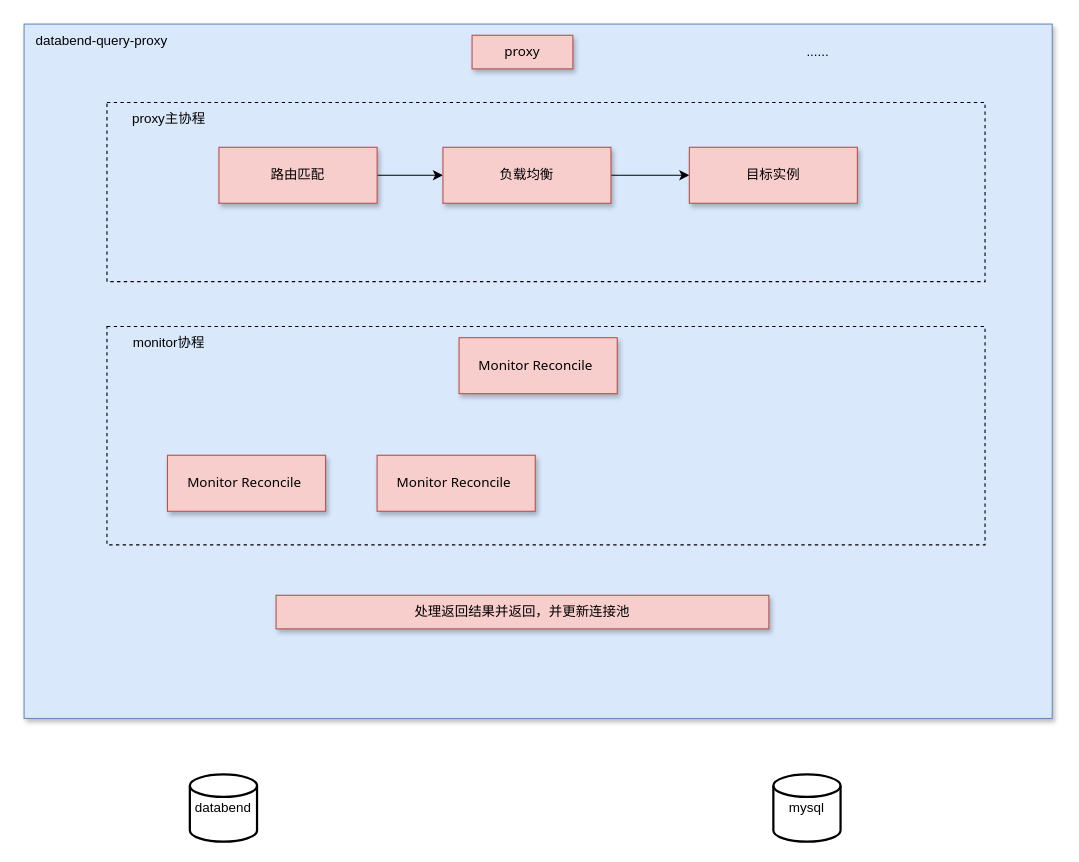
Above: doc/databend-mysql-proxy动态路由.drawio in jackjoesh/databend (draw.io), before the change. Source tidied: cells renumbered, new cells numbered last; positions are measured from the earlier drawing's top-left corner, leaving out a move shared by most shapes. Both pictures are drawn from the tidied source at 112%, with x=0, y=0 at pixel (21, 24).
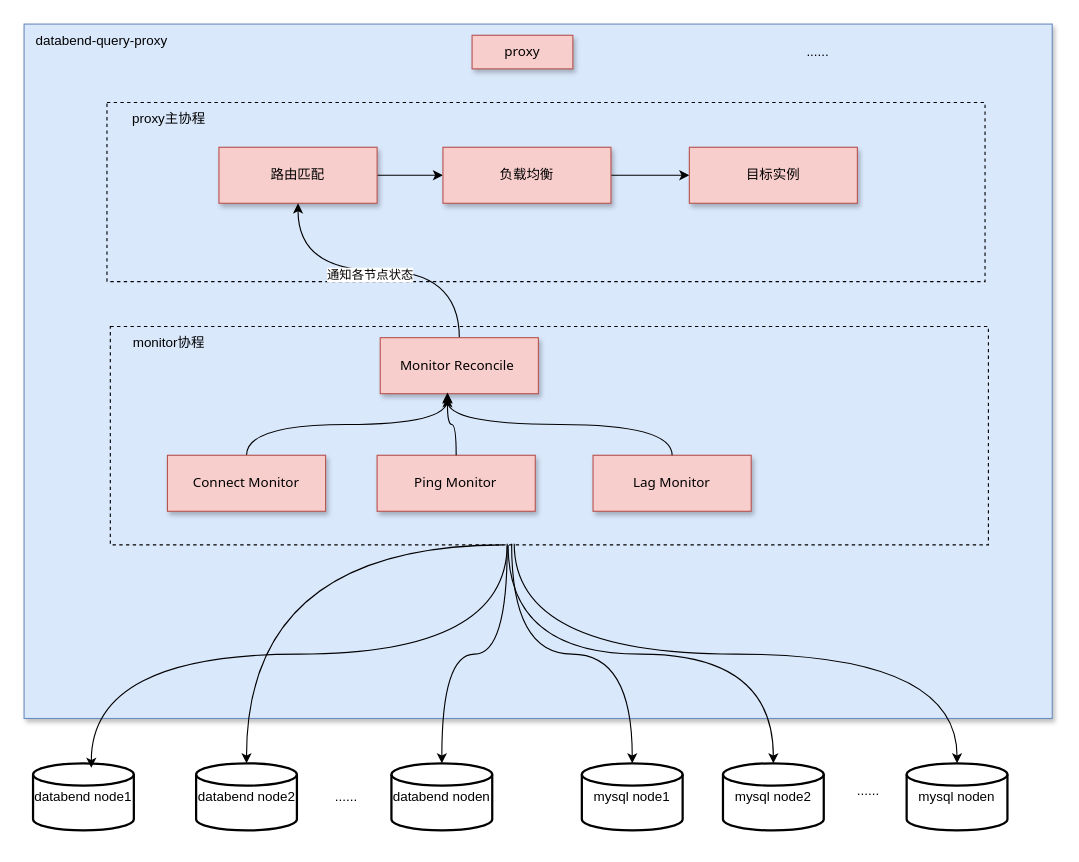
The same page after the edit.

Commit message (it also covers changes not shown here):
更新databend-mysql-proxy动态路由.drawio

The change refers to these unchanged cells:
```xml
<mxCell id="10" value="路由匹配" style="rounded=0;whiteSpace=wrap;html=1;fillColor=#f8cecc;strokeColor=#b85450;shadow=1;fontFamily=Tahoma;" parent="1" vertex="1">
  <mxGeometry x="176" y="110" width="141.2" height="50" as="geometry" />
</mxCell>
```

Diff of the diagram source:
```diff
@@
-    <mxCell id="4" value="databend" style="strokeWidth=2;html=1;shape=mxgraph.flowchart.database;whiteSpace=wrap;" parent="1" vertex="1">
-      <mxGeometry x="150" y="670" width="60" height="60" as="geometry" />
+    <mxCell id="4" value="databend node1" style="strokeWidth=2;html=1;shape=mxgraph.flowchart.database;whiteSpace=wrap;" parent="1" vertex="1">
+      <mxGeometry x="10" y="660" width="90" height="60" as="geometry" />
     </mxCell>
-    <mxCell id="5" value="mysql" style="strokeWidth=2;html=1;shape=mxgraph.flowchart.database;whiteSpace=wrap;" parent="1" vertex="1">
-      <mxGeometry x="671" y="670" width="60" height="60" as="geometry" />
+    <mxCell id="5" value="mysql node1" style="strokeWidth=2;html=1;shape=mxgraph.flowchart.database;whiteSpace=wrap;" parent="1" vertex="1">
+      <mxGeometry x="500" y="660" width="90" height="60" as="geometry" />
     </mxCell>
@@
-    <mxCell id="11" value="处理返回结果并返回，并更新连接池" style="rounded=0;whiteSpace=wrap;html=1;fillColor=#f8cecc;strokeColor=#b85450;shadow=1;fontFamily=Tahoma;" parent="1" vertex="1">
-      <mxGeometry x="227" y="510" width="440" height="30" as="geometry" />
-    </mxCell>
@@
     <mxCell id="14" style="rounded=0;whiteSpace=wrap;html=1;fillColor=none;dashed=1;" parent="1" vertex="1">
-      <mxGeometry x="76" y="270" width="784" height="195" as="geometry" />
+      <mxGeometry x="79" y="270" width="784" height="195" as="geometry" />
     </mxCell>
@@
+    <mxCell id="21" style="edgeStyle=orthogonalEdgeStyle;rounded=0;jettySize=auto;html=1;exitX=0.5;exitY=0;exitDx=0;exitDy=0;entryX=0.5;entryY=1;entryDx=0;entryDy=0;curved=1;" parent="1" edge="1" source="17" target="10">
+      <mxGeometry relative="1" as="geometry" />
+    </mxCell>
+    <mxCell id="22" value="通知各节点状态" style="edgeLabel;html=1;align=center;verticalAlign=middle;" parent="21" vertex="1">
+      <mxGeometry x="0.06" y="3" relative="1" as="geometry" />
+    </mxCell>
     <mxCell id="17" value="Monitor Reconcile&amp;nbsp;" style="rounded=0;whiteSpace=wrap;html=1;fillColor=#f8cecc;strokeColor=#b85450;shadow=1;fontFamily=Tahoma;" parent="1" vertex="1">
-      <mxGeometry x="390.4" y="280" width="141.2" height="50" as="geometry" />
+      <mxGeometry x="320" y="280" width="141.2" height="50" as="geometry" />
     </mxCell>
+    <mxCell id="23" style="edgeStyle=orthogonalEdgeStyle;rounded=0;jettySize=auto;html=1;exitX=0.5;exitY=0;exitDx=0;exitDy=0;entryX=0.425;entryY=0.98;entryDx=0;entryDy=0;entryPerimeter=0;curved=1;" parent="1" edge="1" source="18" target="17">
+      <mxGeometry relative="1" as="geometry" />
+    </mxCell>
-    <mxCell id="18" value="Monitor Reconcile&amp;nbsp;" style="rounded=0;whiteSpace=wrap;html=1;fillColor=#f8cecc;strokeColor=#b85450;shadow=1;fontFamily=Tahoma;" parent="1" vertex="1">
+    <mxCell id="18" value="Connect Monitor" style="rounded=0;whiteSpace=wrap;html=1;fillColor=#f8cecc;strokeColor=#b85450;shadow=1;fontFamily=Tahoma;" parent="1" vertex="1">
       <mxGeometry x="130" y="385" width="141.2" height="50" as="geometry" />
     </mxCell>
-    <mxCell id="19" value="Monitor Reconcile&amp;nbsp;" style="rounded=0;whiteSpace=wrap;html=1;fillColor=#f8cecc;strokeColor=#b85450;shadow=1;fontFamily=Tahoma;" parent="1" vertex="1">
+    <mxCell id="19" value="Ping Monitor" style="rounded=0;whiteSpace=wrap;html=1;fillColor=#f8cecc;strokeColor=#b85450;shadow=1;fontFamily=Tahoma;" parent="1" vertex="1">
       <mxGeometry x="317.2" y="385" width="141.2" height="50" as="geometry" />
     </mxCell>
@@
+    <mxCell id="24" value="Lag Monitor" style="rounded=0;whiteSpace=wrap;html=1;fillColor=#f8cecc;strokeColor=#b85450;shadow=1;fontFamily=Tahoma;" parent="1" vertex="1">
+      <mxGeometry x="510" y="385" width="141.2" height="50" as="geometry" />
+    </mxCell>
+    <mxCell id="25" style="edgeStyle=orthogonalEdgeStyle;rounded=0;jettySize=auto;html=1;exitX=0.5;exitY=0;exitDx=0;exitDy=0;entryX=0.425;entryY=1.06;entryDx=0;entryDy=0;entryPerimeter=0;curved=1;" parent="1" edge="1" source="19" target="17">
+      <mxGeometry relative="1" as="geometry" />
+    </mxCell>
+    <mxCell id="26" style="edgeStyle=orthogonalEdgeStyle;rounded=0;jettySize=auto;html=1;exitX=0.5;exitY=0;exitDx=0;exitDy=0;entryX=0.425;entryY=1;entryDx=0;entryDy=0;entryPerimeter=0;curved=1;" parent="1" edge="1" source="24" target="17">
+      <mxGeometry relative="1" as="geometry" />
+    </mxCell>
+    <mxCell id="27" value="databend node2" style="strokeWidth=2;html=1;shape=mxgraph.flowchart.database;whiteSpace=wrap;" parent="1" vertex="1">
+      <mxGeometry x="155.6" y="660" width="90" height="60" as="geometry" />
+    </mxCell>
+    <mxCell id="28" value="databend noden" style="strokeWidth=2;html=1;shape=mxgraph.flowchart.database;whiteSpace=wrap;" parent="1" vertex="1">
+      <mxGeometry x="330" y="660" width="90" height="60" as="geometry" />
+    </mxCell>
+    <mxCell id="29" value="......" style="text;strokeColor=none;align=center;fillColor=none;html=1;verticalAlign=middle;whiteSpace=wrap;rounded=0;" parent="1" vertex="1">
+      <mxGeometry x="250" y="675" width="80" height="30" as="geometry" />
+    </mxCell>
+    <mxCell id="30" value="mysql node2" style="strokeWidth=2;html=1;shape=mxgraph.flowchart.database;whiteSpace=wrap;" parent="1" vertex="1">
+      <mxGeometry x="626" y="660" width="90" height="60" as="geometry" />
+    </mxCell>
+    <mxCell id="31" value="mysql noden" style="strokeWidth=2;html=1;shape=mxgraph.flowchart.database;whiteSpace=wrap;" parent="1" vertex="1">
+      <mxGeometry x="790" y="660" width="90" height="60" as="geometry" />
+    </mxCell>
+    <mxCell id="32" value="......" style="text;strokeColor=none;align=center;fillColor=none;html=1;verticalAlign=middle;whiteSpace=wrap;rounded=0;" parent="1" vertex="1">
+      <mxGeometry x="716" y="670" width="80" height="30" as="geometry" />
+    </mxCell>
+    <mxCell id="33" style="edgeStyle=orthogonalEdgeStyle;rounded=0;jettySize=auto;html=1;exitX=0.452;exitY=0.995;exitDx=0;exitDy=0;entryX=0.578;entryY=0.067;entryDx=0;entryDy=0;entryPerimeter=0;curved=1;exitPerimeter=0;" parent="1" edge="1" source="14" target="4">
+      <mxGeometry relative="1" as="geometry" />
+    </mxCell>
+    <mxCell id="34" style="edgeStyle=orthogonalEdgeStyle;rounded=0;jettySize=auto;html=1;entryX=0.5;entryY=0;entryDx=0;entryDy=0;entryPerimeter=0;curved=1;" parent="1" edge="1" target="27">
+      <mxGeometry relative="1" as="geometry">
+        <mxPoint x="430" y="465" as="sourcePoint" />
+      </mxGeometry>
+    </mxCell>
+    <mxCell id="35" style="edgeStyle=orthogonalEdgeStyle;rounded=0;jettySize=auto;html=1;exitX=0.452;exitY=1.005;exitDx=0;exitDy=0;entryX=0.5;entryY=0;entryDx=0;entryDy=0;entryPerimeter=0;curved=1;exitPerimeter=0;" parent="1" edge="1" source="14" target="28">
+      <mxGeometry relative="1" as="geometry" />
+    </mxCell>
+    <mxCell id="36" style="edgeStyle=orthogonalEdgeStyle;rounded=0;jettySize=auto;html=1;exitX=0.457;exitY=0.995;exitDx=0;exitDy=0;entryX=0.5;entryY=0;entryDx=0;entryDy=0;entryPerimeter=0;curved=1;exitPerimeter=0;" parent="1" edge="1" source="14" target="5">
+      <mxGeometry relative="1" as="geometry" />
+    </mxCell>
+    <mxCell id="37" style="edgeStyle=orthogonalEdgeStyle;rounded=0;jettySize=auto;html=1;exitX=0.453;exitY=1;exitDx=0;exitDy=0;entryX=0.5;entryY=0;entryDx=0;entryDy=0;entryPerimeter=0;curved=1;exitPerimeter=0;" parent="1" edge="1" source="14" target="30">
+      <mxGeometry relative="1" as="geometry" />
+    </mxCell>
+    <mxCell id="38" style="edgeStyle=orthogonalEdgeStyle;rounded=0;jettySize=auto;html=1;entryX=0.5;entryY=0;entryDx=0;entryDy=0;entryPerimeter=0;curved=1;exitX=0.46;exitY=0.995;exitDx=0;exitDy=0;exitPerimeter=0;" parent="1" edge="1" source="14" target="31">
+      <mxGeometry relative="1" as="geometry" />
+    </mxCell>
```
